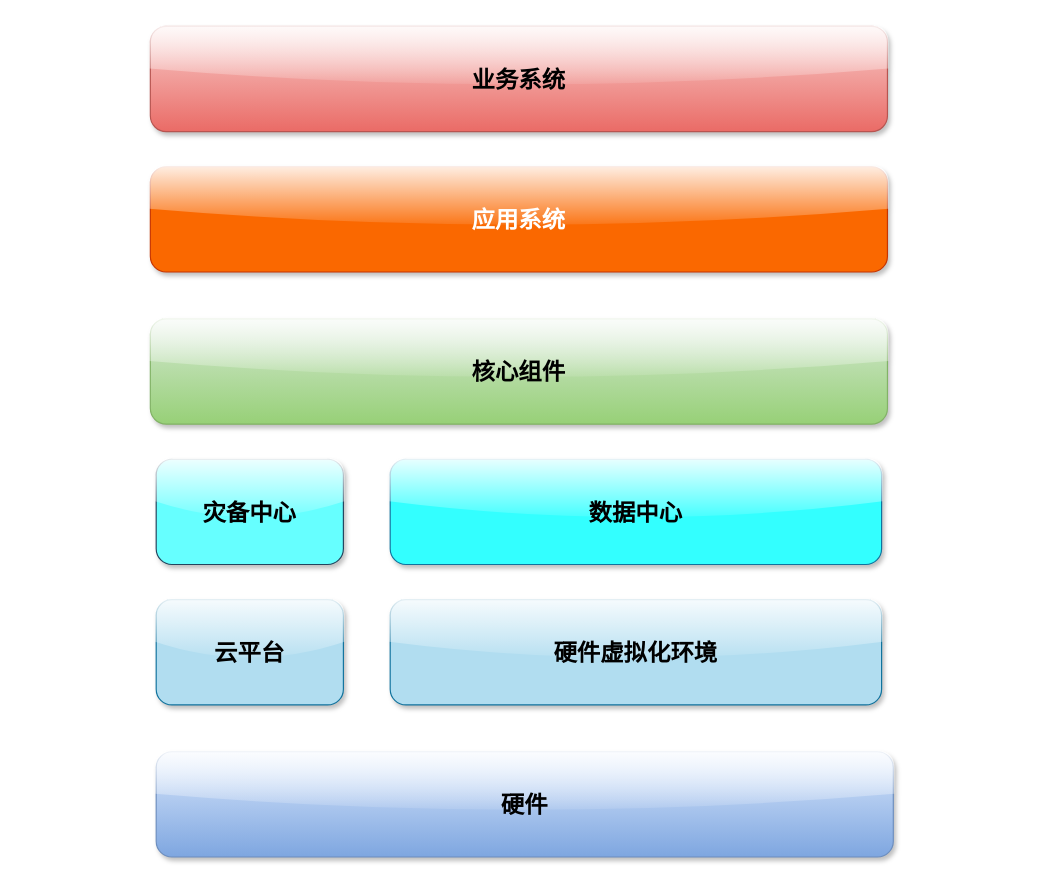
The draw.io diagram architecture.drawio in cjaack2/Images_Repository, before the edit. Source tidied: cells renumbered, new cells numbered last; positions are measured from the earlier drawing's top-left corner, leaving out a move shared by most shapes. Both pictures are drawn from the tidied source at 117%, with x=0, y=0 at pixel (150, 26).
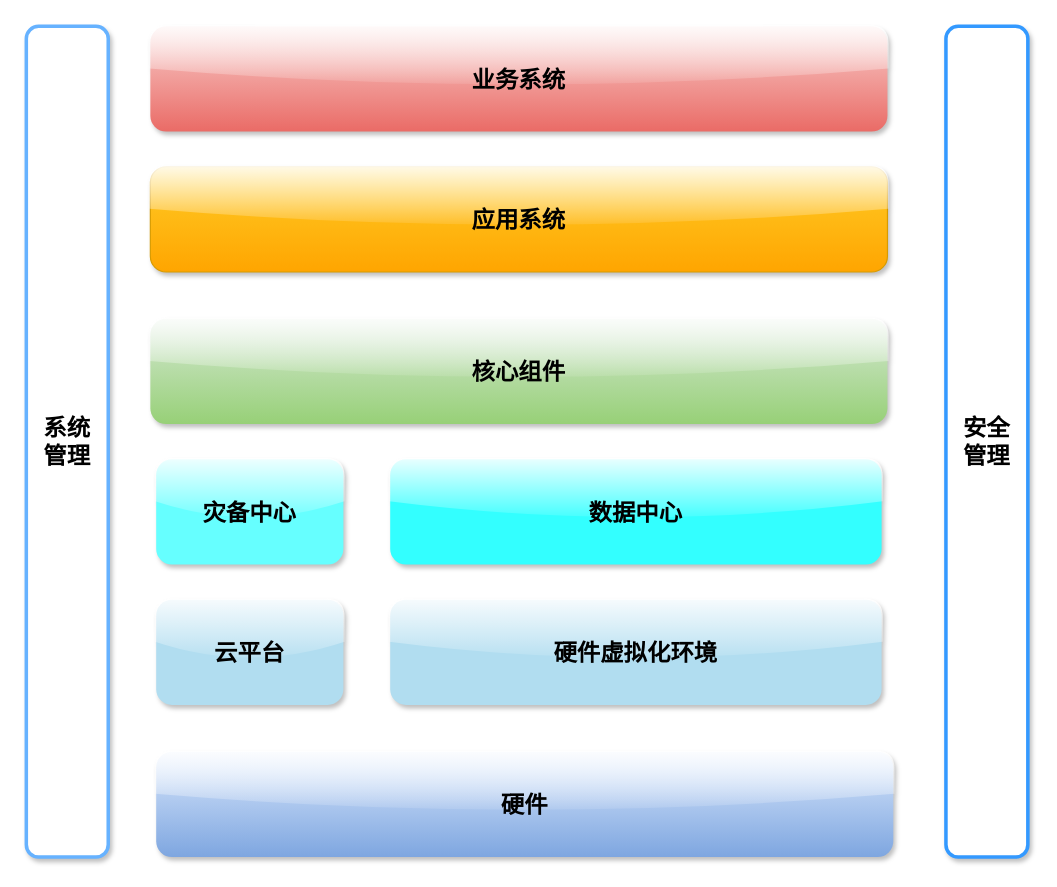
The same page after the edit.

Diff of the diagram source:
```diff
@@
 <mxGraphModel>
   <root>
     <mxCell id="0" />
     <mxCell id="1" parent="0" />
-    <mxCell id="2" value="&lt;b&gt;&lt;font style=&quot;font-size: 20px&quot;&gt;应用系统&lt;/font&gt;&lt;/b&gt;" style="rounded=1;whiteSpace=wrap;html=1;fillColor=#fa6800;strokeColor=#C73500;shadow=1;sketch=0;glass=1;fontColor=#ffffff;" parent="1" vertex="1">
+    <mxCell id="2" value="&lt;b&gt;&lt;font style=&quot;font-size: 20px&quot;&gt;应用系统&lt;/font&gt;&lt;/b&gt;" style="rounded=1;whiteSpace=wrap;html=1;fillColor=#ffcd28;shadow=1;sketch=0;glass=1;strokeColor=#d79b00;gradientColor=#ffa500;" parent="1" vertex="1">
       <mxGeometry y="120" width="630" height="90" as="geometry" />
     </mxCell>
-    <mxCell id="3" value="&lt;b&gt;&lt;font style=&quot;font-size: 20px&quot;&gt;核心组件&lt;/font&gt;&lt;/b&gt;" style="rounded=1;whiteSpace=wrap;html=1;fillColor=#d5e8d4;strokeColor=#82b366;shadow=1;sketch=0;glass=1;gradientColor=#97d077;" parent="1" vertex="1">
+    <mxCell id="3" value="&lt;b&gt;&lt;font style=&quot;font-size: 20px&quot;&gt;核心组件&lt;/font&gt;&lt;/b&gt;" style="rounded=1;whiteSpace=wrap;html=1;fillColor=#d5e8d4;shadow=1;sketch=0;glass=1;gradientColor=#97d077;strokeColor=none;" parent="1" vertex="1">
       <mxGeometry y="250" width="630" height="90" as="geometry" />
     </mxCell>
-    <mxCell id="4" value="&lt;span style=&quot;font-size: 20px&quot;&gt;&lt;b&gt;灾备中心&lt;/b&gt;&lt;/span&gt;" style="rounded=1;whiteSpace=wrap;html=1;strokeColor=#23445d;shadow=1;sketch=0;glass=1;fillColor=#66FFFF;" parent="1" vertex="1">
+    <mxCell id="4" value="&lt;span style=&quot;font-size: 20px&quot;&gt;&lt;b&gt;灾备中心&lt;/b&gt;&lt;/span&gt;" style="rounded=1;whiteSpace=wrap;html=1;shadow=1;sketch=0;glass=1;fillColor=#66FFFF;strokeColor=none;" parent="1" vertex="1">
       <mxGeometry x="5" y="370" width="160" height="90" as="geometry" />
     </mxCell>
-    <mxCell id="5" value="&lt;span style=&quot;font-size: 20px&quot;&gt;&lt;b&gt;硬件&lt;/b&gt;&lt;/span&gt;" style="rounded=1;whiteSpace=wrap;html=1;fillColor=#dae8fc;strokeColor=#6c8ebf;shadow=1;sketch=0;glass=1;gradientColor=#7ea6e0;" parent="1" vertex="1">
+    <mxCell id="5" value="&lt;span style=&quot;font-size: 20px&quot;&gt;&lt;b&gt;硬件&lt;/b&gt;&lt;/span&gt;" style="rounded=1;whiteSpace=wrap;html=1;fillColor=#dae8fc;shadow=1;sketch=0;glass=1;gradientColor=#7ea6e0;strokeColor=none;" parent="1" vertex="1">
       <mxGeometry x="5" y="620" width="630" height="90" as="geometry" />
     </mxCell>
-    <mxCell id="6" value="&lt;b&gt;&lt;font style=&quot;font-size: 20px&quot;&gt;业务系统&lt;/font&gt;&lt;/b&gt;" style="rounded=1;whiteSpace=wrap;html=1;fillColor=#f8cecc;strokeColor=#b85450;shadow=1;sketch=0;glass=1;gradientColor=#ea6b66;" parent="1" vertex="1">
+    <mxCell id="6" value="&lt;b&gt;&lt;font style=&quot;font-size: 20px&quot;&gt;业务系统&lt;/font&gt;&lt;/b&gt;" style="rounded=1;whiteSpace=wrap;html=1;fillColor=#f8cecc;shadow=1;sketch=0;glass=1;gradientColor=#ea6b66;strokeColor=none;" parent="1" vertex="1">
       <mxGeometry width="630" height="90" as="geometry" />
     </mxCell>
-    <mxCell id="7" value="&lt;b&gt;&lt;font style=&quot;font-size: 20px&quot;&gt;数据中心&lt;/font&gt;&lt;/b&gt;" style="rounded=1;whiteSpace=wrap;html=1;strokeColor=#10739e;shadow=1;sketch=0;glass=1;fillColor=#33FFFF;" parent="1" vertex="1">
+    <mxCell id="7" value="&lt;b&gt;&lt;font style=&quot;font-size: 20px&quot;&gt;数据中心&lt;/font&gt;&lt;/b&gt;" style="rounded=1;whiteSpace=wrap;html=1;shadow=1;sketch=0;glass=1;fillColor=#33FFFF;strokeColor=none;" parent="1" vertex="1">
       <mxGeometry x="205" y="370" width="420" height="90" as="geometry" />
     </mxCell>
-    <mxCell id="8" value="&lt;b&gt;&lt;font style=&quot;font-size: 20px&quot;&gt;云平台&lt;/font&gt;&lt;/b&gt;" style="rounded=1;whiteSpace=wrap;html=1;strokeColor=#10739e;shadow=1;sketch=0;glass=1;fillColor=#b1ddf0;" parent="1" vertex="1">
+    <mxCell id="8" value="&lt;b&gt;&lt;font style=&quot;font-size: 20px&quot;&gt;云平台&lt;/font&gt;&lt;/b&gt;" style="rounded=1;whiteSpace=wrap;html=1;shadow=1;sketch=0;glass=1;fillColor=#b1ddf0;strokeColor=none;" parent="1" vertex="1">
       <mxGeometry x="5" y="490" width="160" height="90" as="geometry" />
     </mxCell>
-    <mxCell id="9" value="&lt;b&gt;&lt;font style=&quot;font-size: 20px&quot;&gt;硬件虚拟化环境&lt;/font&gt;&lt;/b&gt;" style="rounded=1;whiteSpace=wrap;html=1;fillColor=#b1ddf0;strokeColor=#10739e;shadow=1;sketch=0;glass=1;" parent="1" vertex="1">
+    <mxCell id="9" value="&lt;b&gt;&lt;font style=&quot;font-size: 20px&quot;&gt;硬件虚拟化环境&lt;/font&gt;&lt;/b&gt;" style="rounded=1;whiteSpace=wrap;html=1;fillColor=#b1ddf0;shadow=1;sketch=0;glass=1;strokeColor=none;" parent="1" vertex="1">
       <mxGeometry x="205" y="490" width="420" height="90" as="geometry" />
     </mxCell>
+    <mxCell id="10" value="&lt;div&gt;&lt;b&gt;&lt;font style=&quot;font-size: 20px&quot;&gt;系统&lt;/font&gt;&lt;/b&gt;&lt;/div&gt;&lt;div&gt;&lt;b&gt;&lt;font style=&quot;font-size: 20px&quot;&gt;管理&lt;/font&gt;&lt;/b&gt;&lt;/div&gt;" style="rounded=1;whiteSpace=wrap;html=1;shadow=1;glass=0;sketch=0;fillColor=#FFFFFF;align=center;strokeWidth=3;strokeColor=#66B2FF;" parent="1" vertex="1">
+      <mxGeometry x="-106" width="70" height="710" as="geometry" />
+    </mxCell>
+    <mxCell id="11" value="&lt;div&gt;&lt;span style=&quot;font-size: 20px&quot;&gt;&lt;b&gt;安全&lt;/b&gt;&lt;/span&gt;&lt;/div&gt;&lt;div&gt;&lt;b&gt;&lt;font style=&quot;font-size: 20px&quot;&gt;管理&lt;/font&gt;&lt;/b&gt;&lt;/div&gt;" style="rounded=1;whiteSpace=wrap;html=1;shadow=1;glass=0;sketch=0;fillColor=#FFFFFF;align=center;strokeWidth=3;strokeColor=#3399FF;" parent="1" vertex="1">
+      <mxGeometry x="680" width="70" height="710" as="geometry" />
+    </mxCell>
   </root>
 </mxGraphModel>
```
